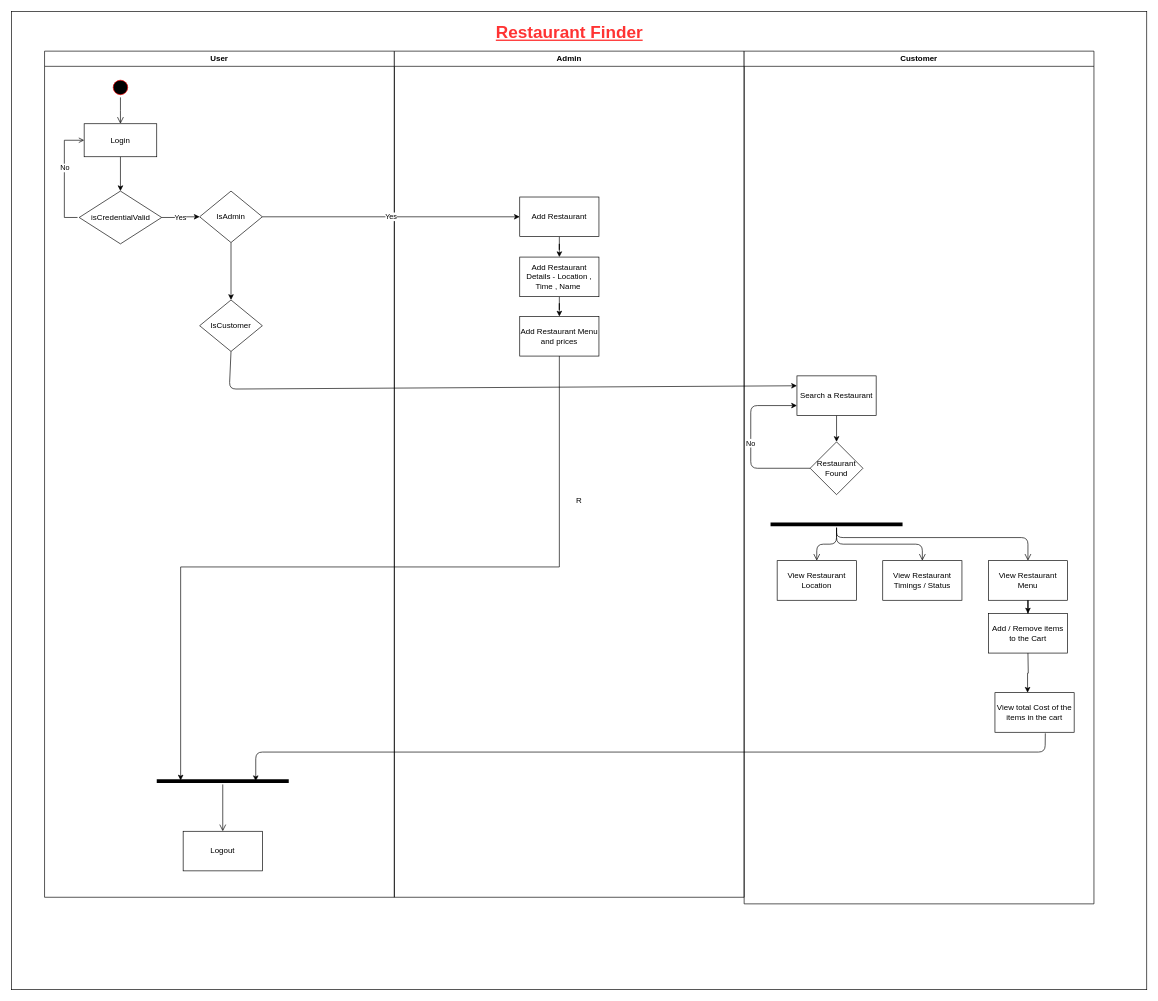
The draw.io diagram Untitled Diagram Activity.drawio in Pawanlelani/CodeProjects, before the edit. Source tidied: cells renumbered, new cells numbered last; positions are measured from the earlier drawing's top-left corner, leaving out a move shared by most shapes. Both pictures are drawn from the tidied source at 66%, with x=0, y=0 at pixel (11, 11).
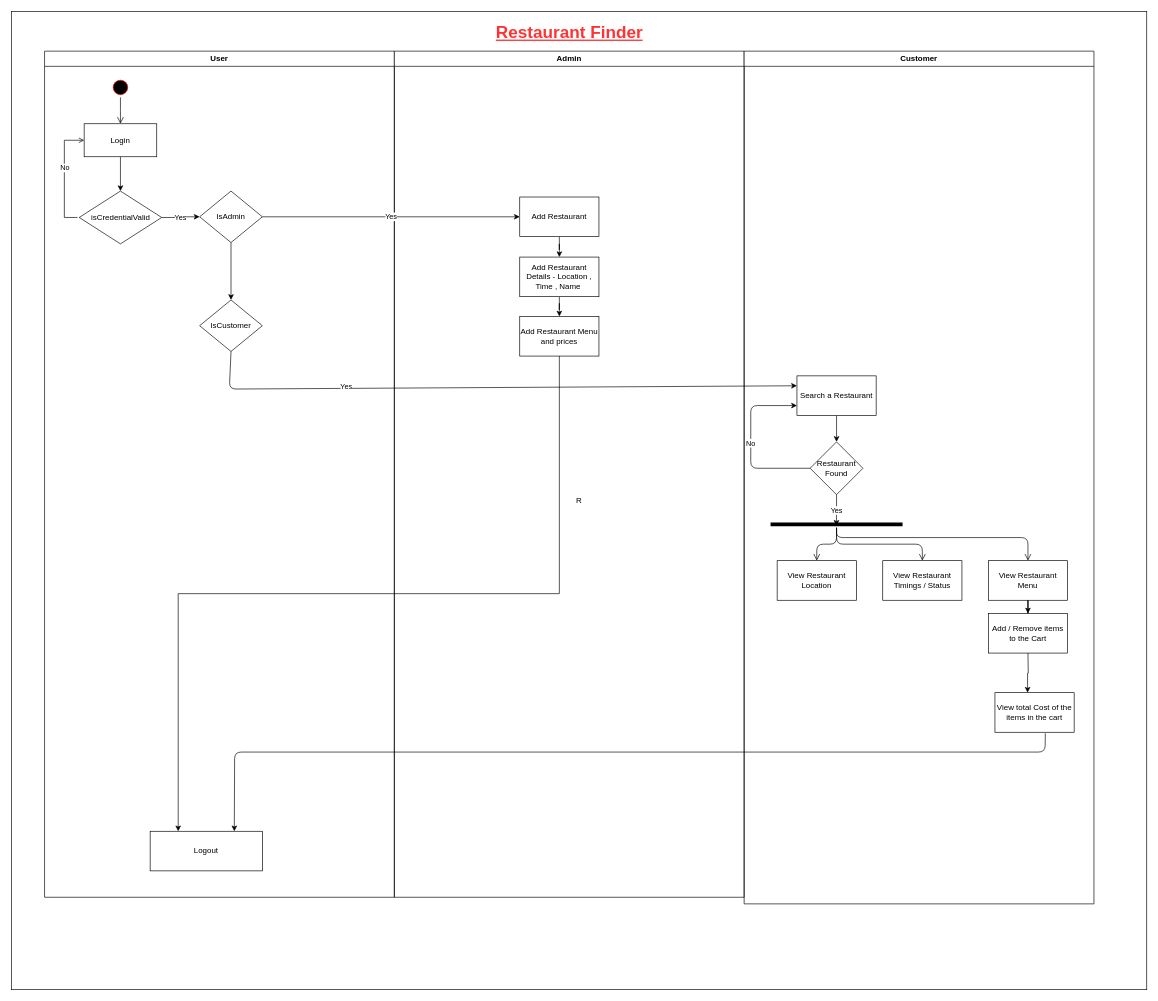
The same diagram, later.

Unchanged cells that the change refers to:
```xml
<mxCell id="3" value="User" style="swimlane;whiteSpace=wrap;" parent="1" vertex="1">
  <mxGeometry x="50" y="60" width="530" height="1282" as="geometry" />
</mxCell>
<mxCell id="23" value="Add Restaurant Menu and prices&lt;br&gt;" style="whiteSpace=wrap;html=1;" parent="18" vertex="1">
  <mxGeometry x="190" y="402" width="120" height="60" as="geometry" />
</mxCell>
<mxCell id="24" value="Customer" style="swimlane;whiteSpace=wrap;" parent="1" vertex="1">
  <mxGeometry x="1110" y="60" width="530" height="1292" as="geometry" />
</mxCell>
<mxCell id="27" value="Restaurant Found" style="rhombus;whiteSpace=wrap;html=1;" parent="24" vertex="1">
  <mxGeometry x="100" y="592" width="80" height="80" as="geometry" />
</mxCell>
<mxCell id="34" style="shape=line;html=1;strokeWidth=6;" parent="24" vertex="1">
  <mxGeometry x="40" y="712" width="200" height="10" as="geometry" />
</mxCell>
<mxCell id="39" style="endArrow=classic;html=1;strokeColor=#000000;exitX=0.5;exitY=1;exitDx=0;exitDy=0;entryX=0;entryY=0.25;entryDx=0;entryDy=0;" parent="1" edge="1" source="14" target="26">
  <mxGeometry relative="1" as="geometry">
    <Array as="points">
      <mxPoint x="330" y="572" />
    </Array>
  </mxGeometry>
</mxCell>
<mxCell id="43" value="View total Cost of the items in the cart" style="whiteSpace=wrap;html=1;" parent="1" vertex="1">
  <mxGeometry x="1490" y="1032" width="120" height="60" as="geometry" />
</mxCell>
```

Change to the diagram source:
```diff
@@
-    <mxCell id="15" style="shape=line;html=1;strokeWidth=6;" parent="3" vertex="1">
-      <mxGeometry x="170" y="1101" width="200" height="10" as="geometry" />
-    </mxCell>
     <mxCell id="16" value="Logout" style="rounded=0;whiteSpace=wrap;html=1;strokeColor=#000000;" parent="3" vertex="1">
-      <mxGeometry x="210" y="1182" width="120" height="60" as="geometry" />
+      <mxGeometry x="160" y="1182" width="170" height="60" as="geometry" />
     </mxCell>
-    <mxCell id="17" style="edgeStyle=orthogonalEdgeStyle;html=1;verticalAlign=bottom;endArrow=open;endSize=8;" parent="3" edge="1" source="15" target="16">
-      <mxGeometry relative="1" as="geometry" />
-    </mxCell>
@@
+    <mxCell id="45" value="Yes" style="edgeStyle=orthogonalEdgeStyle;rounded=0;jettySize=auto;html=1;exitX=0.5;exitY=1;exitDx=0;exitDy=0;entryX=0.499;entryY=0.709;entryDx=0;entryDy=0;entryPerimeter=0;" parent="24" edge="1" source="27" target="34">
+      <mxGeometry relative="1" as="geometry" />
+    </mxCell>
@@
+    <mxCell id="46" value="Yes" style="edgeLabel;html=1;align=center;verticalAlign=middle;" parent="39" vertex="1">
+      <mxGeometry x="-0.49" y="2" relative="1" as="geometry" />
+    </mxCell>
-    <mxCell id="40" style="edgeStyle=orthogonalEdgeStyle;rounded=0;jettySize=auto;html=1;exitX=0.5;exitY=1;exitDx=0;exitDy=0;strokeColor=#000000;entryX=0.181;entryY=0.402;entryDx=0;entryDy=0;entryPerimeter=0;" parent="1" edge="1" source="23" target="15">
+    <mxCell id="40" style="edgeStyle=orthogonalEdgeStyle;rounded=0;jettySize=auto;html=1;exitX=0.5;exitY=1;exitDx=0;exitDy=0;strokeColor=#000000;entryX=0.25;entryY=0;entryDx=0;entryDy=0;" parent="1" edge="1" source="23" target="16">
       <mxGeometry relative="1" as="geometry" />
     </mxCell>
-    <mxCell id="41" style="endArrow=classic;html=1;strokeColor=#000000;entryX=0.75;entryY=0.5;entryDx=0;entryDy=0;entryPerimeter=0;exitX=0.636;exitY=1.026;exitDx=0;exitDy=0;exitPerimeter=0;" parent="1" edge="1" source="43" target="15">
+    <mxCell id="41" style="endArrow=classic;html=1;strokeColor=#000000;exitX=0.636;exitY=1.026;exitDx=0;exitDy=0;exitPerimeter=0;entryX=0.75;entryY=0;entryDx=0;entryDy=0;" parent="1" edge="1" source="43" target="16">
       <mxGeometry relative="1" as="geometry">
         <Array as="points">
           <mxPoint x="1566" y="1122" />
-          <mxPoint x="370" y="1122" />
+          <mxPoint x="338" y="1122" />
         </Array>
       </mxGeometry>
     </mxCell>
```
